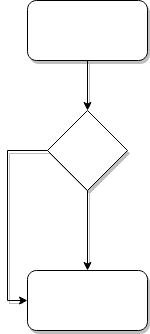
This is dd/Diagram.png from songtianlun/Drad.io.demo, a draw.io export, as it was before one commit. Source tidied: cells renumbered, new cells last; positions are measured from the earlier drawing's top-left corner, leaving out a move shared by most shapes.
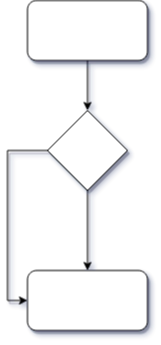
Above is the later version.

The edit, as a diff of the source:
```diff
@@ -1,11 +1,11 @@
-<mxGraphModel>
+<mxGraphModel shadow="1">
   <root>
     <mxCell id="0" />
     <mxCell id="1" parent="0" />
     <mxCell id="2" style="edgeStyle=orthogonalEdgeStyle;rounded=0;jettySize=auto;html=1;entryX=0.5;entryY=0;entryDx=0;entryDy=0;shadow=1;sketch=0;" parent="1" edge="1" source="3" target="7">
       <mxGeometry relative="1" as="geometry" />
     </mxCell>
-    <mxCell id="3" style="rounded=1;whiteSpace=wrap;html=1;shadow=1;sketch=0;" parent="1" vertex="1">
+    <mxCell id="3" style="rounded=1;whiteSpace=wrap;html=1;shadow=1;sketch=0;glass=0;" parent="1" vertex="1">
       <mxGeometry x="20" width="120" height="60" as="geometry" />
     </mxCell>
     <mxCell id="4" style="rounded=1;whiteSpace=wrap;html=1;shadow=1;sketch=0;" parent="1" vertex="1">
```
